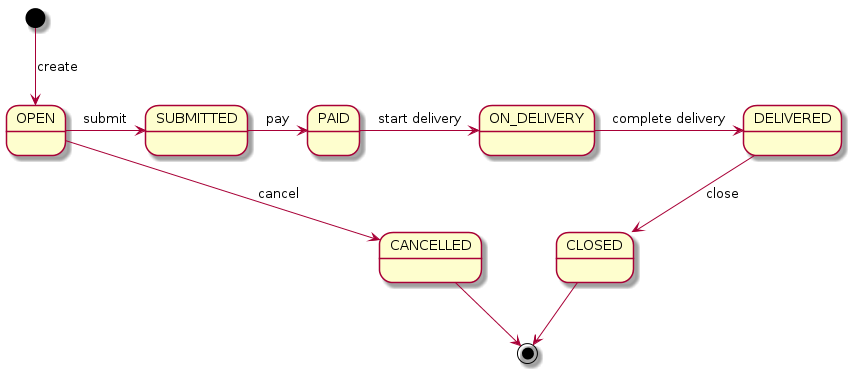
Earlier version of the PlantUML export zh_TR/images/order-state.png (rscai/microservices-doc). The source it was exported from:
```plantuml
@startuml
[*] --> OPEN: create
OPEN -> SUBMITTED: submit
OPEN --> CANCELLED: cancel
CANCELLED --> [*]
SUBMITTED -> PAID: pay
PAID -> ON_DELIVERY: start delivery
ON_DELIVERY -> DELIVERED: complete delivery
DELIVERED --> CLOSED: close
CLOSED --> [*]
@enduml
```
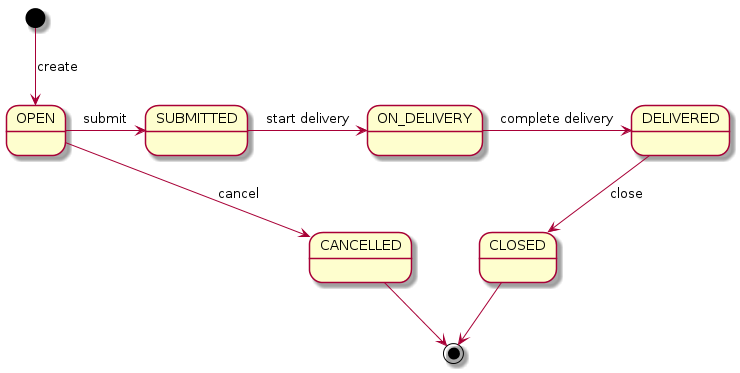
The same file after the commit.

What changed in the source:
```diff
@@ -3,8 +3,7 @@
 OPEN -> SUBMITTED: submit
 OPEN --> CANCELLED: cancel
 CANCELLED --> [*]
-SUBMITTED -> PAID: pay
-PAID -> ON_DELIVERY: start delivery
+SUBMITTED -> ON_DELIVERY: start delivery
 ON_DELIVERY -> DELIVERED: complete delivery
 DELIVERED --> CLOSED: close
 CLOSED --> [*]
```
